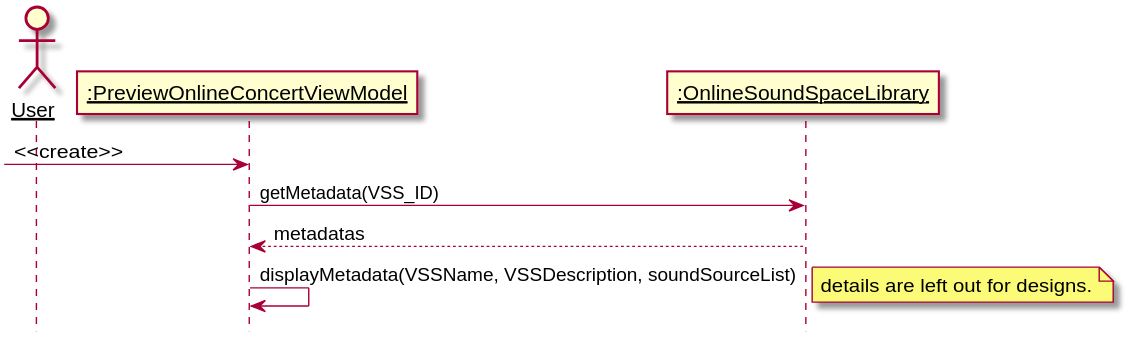
kpp19920121/doc keeps this PlantUML diagram as 设计/Diagrams/PreviewOnlineConcertVSS.svg. Above is the earlier version.
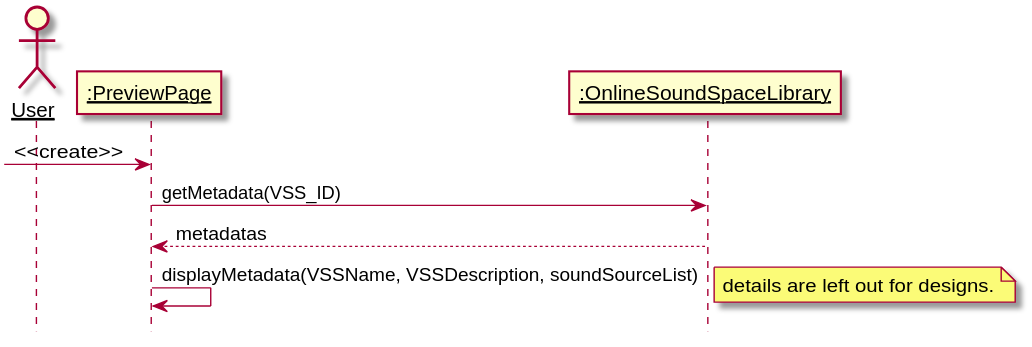
Above is the later version.

What changed in the source:
```diff
@@ -3,7 +3,7 @@
 skinparam sequenceParticipant underline
 actor User as user
 
-participant ":PreviewOnlineConcertViewModel" as viewModel
+participant ":PreviewPage" as viewModel
 participant ":OnlineSoundSpaceLibrary" as library
 create viewModel
 [-> viewModel: <<create>>
```
